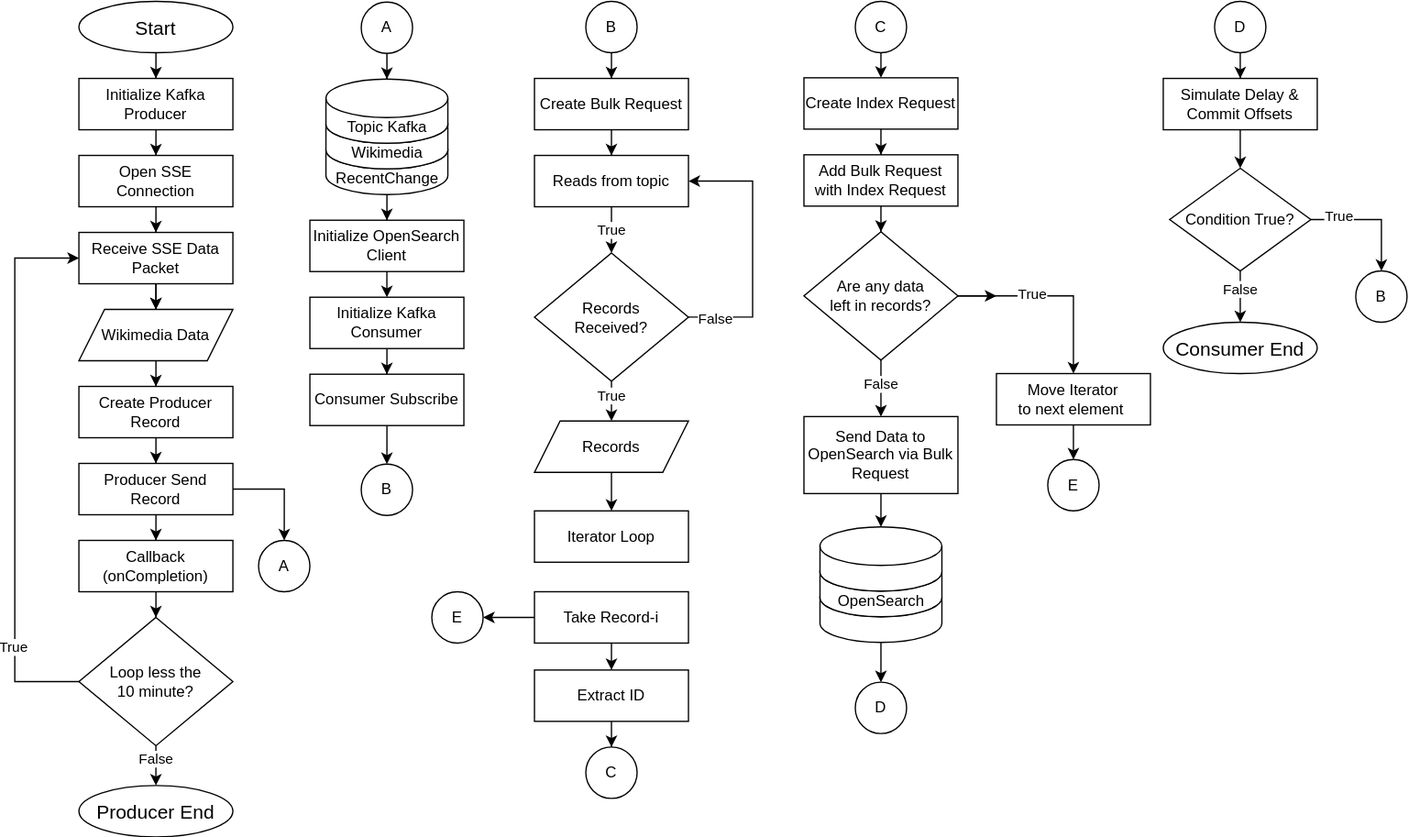
This is assets/alur-data.svg from EgoEquusFebrianto/WikimediaStreaming, a draw.io export, as it was before one commit. Source tidied: cells renumbered, new cells last; positions are measured from the earlier drawing's top-left corner, leaving out a move shared by most shapes.
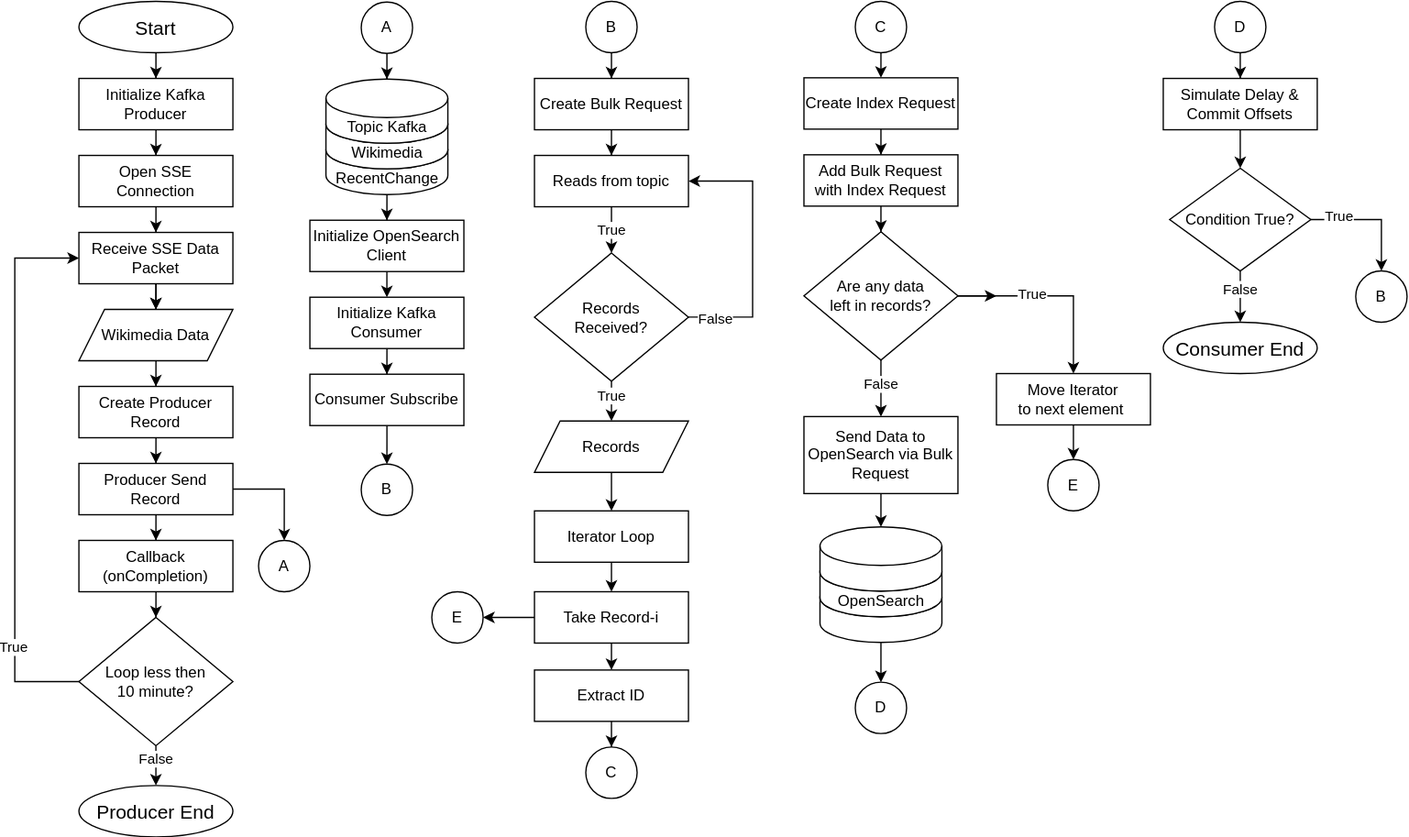
The same diagram one commit later.

Change to the diagram source:
```diff
@@ -186,7 +186,7 @@
     <mxCell id="57" value="&lt;span style=&quot;background-color: light-dark(rgb(255, 255, 255), rgb(255, 255, 255));&quot;&gt;&lt;font style=&quot;color: light-dark(rgb(0, 0, 0), rgb(0, 0, 0));&quot;&gt;False&lt;/font&gt;&lt;/span&gt;" style="edgeLabel;html=1;align=center;verticalAlign=middle;strokeColor=light-dark(transparent,#FFFFFF);" parent="56" vertex="1">
       <mxGeometry x="-0.37" relative="1" as="geometry" />
     </mxCell>
-    <mxCell id="58" value="Loop less the&lt;br&gt;10 minute?" style="rhombus;whiteSpace=wrap;html=1;strokeColor=light-dark(#000000,#000000);fillColor=light-dark(#FFFFFF,#FFFFFF);fontColor=light-dark(#000000,#000000);" parent="1" vertex="1">
+    <mxCell id="58" value="Loop less then&lt;br&gt;10 minute?" style="rhombus;whiteSpace=wrap;html=1;strokeColor=light-dark(#000000,#000000);fillColor=light-dark(#FFFFFF,#FFFFFF);fontColor=light-dark(#000000,#000000);" parent="1" vertex="1">
       <mxGeometry x="50" y="479.5" width="120" height="100" as="geometry" />
     </mxCell>
     <mxCell id="59" value="&lt;font style=&quot;font-size: 15px;&quot;&gt;Producer End&lt;/font&gt;" style="ellipse;whiteSpace=wrap;html=1;fillColor=light-dark(#FFFFFF,#FFFFFF);strokeColor=light-dark(#000000,#000000);fontColor=light-dark(#000000,#000000);" parent="1" vertex="1">
@@ -201,6 +201,9 @@
     <mxCell id="62" value="&lt;font style=&quot;&quot;&gt;Records&lt;/font&gt;" style="shape=parallelogram;perimeter=parallelogramPerimeter;whiteSpace=wrap;html=1;fixedSize=1;fontColor=light-dark(#000000,#000000);strokeColor=light-dark(#000000,#000000);fillColor=light-dark(#FFFFFF,#FFFFFF);" parent="1" vertex="1">
       <mxGeometry x="405" y="326.5" width="120" height="40" as="geometry" />
     </mxCell>
+    <mxCell id="98" style="edgeStyle=orthogonalEdgeStyle;rounded=0;jettySize=auto;html=1;entryX=0.5;entryY=0;entryDx=0;entryDy=0;strokeColor=light-dark(#000000,#000000);" parent="1" edge="1" source="63" target="89">
+      <mxGeometry relative="1" as="geometry" />
+    </mxCell>
     <mxCell id="63" value="&lt;font style=&quot;&quot;&gt;Iterator Loop&lt;/font&gt;" style="rounded=0;whiteSpace=wrap;html=1;strokeColor=light-dark(#000000,#000000);fillColor=light-dark(#FFFFFF,#FFFFFF);fontColor=light-dark(#000000,#000000);" parent="1" vertex="1">
       <mxGeometry x="405" y="396.5" width="120" height="40" as="geometry" />
     </mxCell>
```
